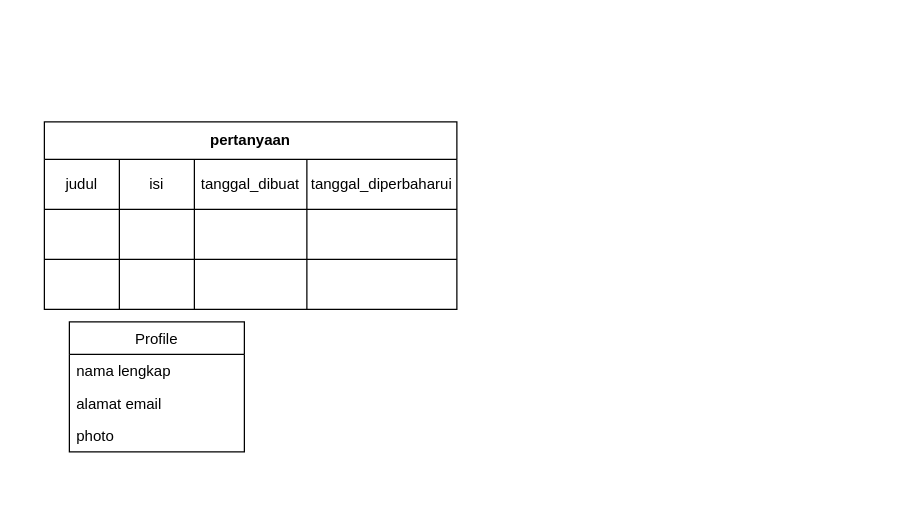
L200190071/berlatih-erd keeps this draw.io diagram as ERD.drawio. Above is the earlier version. Source tidied: cells renumbered, new cells numbered last; positions are measured from the earlier drawing's top-left corner, leaving out a move shared by most shapes. Both pictures are drawn from the tidied source at 125%, with x=0, y=0 at pixel (44, 121).
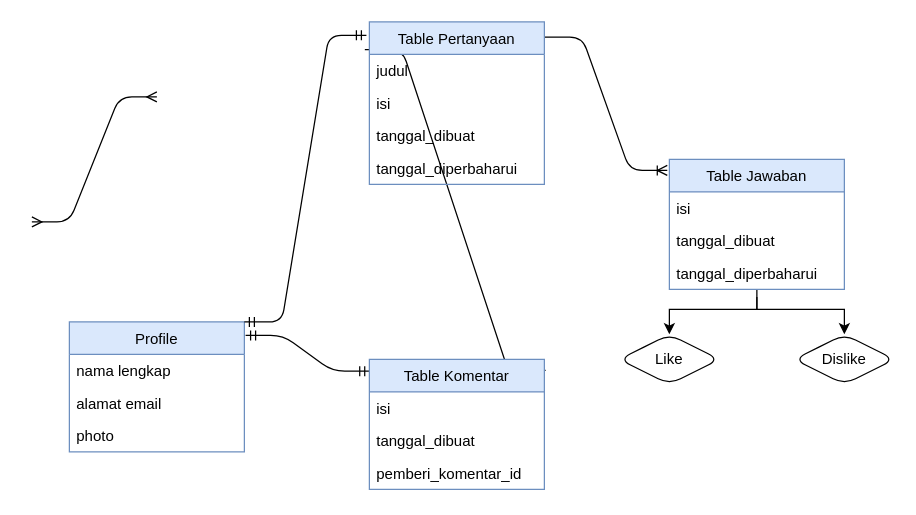
The same page after the edit.

Commit message (it also covers changes not shown here):
blom rapi

Change to the diagram source:
```diff
@@
+    <mxCell id="22" style="edgeStyle=entityRelationEdgeStyle;fontSize=12;html=1;endArrow=ERmandOne;startArrow=ERmandOne;exitX=1.007;exitY=0.085;exitDx=0;exitDy=0;exitPerimeter=0;entryX=-0.026;entryY=0.171;entryDx=0;entryDy=0;entryPerimeter=0;" parent="1" edge="1" source="39" target="30">
+      <mxGeometry relative="1" as="geometry" />
+    </mxCell>
+    <mxCell id="23" style="edgeStyle=entityRelationEdgeStyle;fontSize=12;html=1;endArrow=ERoneToMany;exitX=1.002;exitY=0.094;exitDx=0;exitDy=0;exitPerimeter=0;entryX=-0.012;entryY=0.085;entryDx=0;entryDy=0;entryPerimeter=0;" parent="1" edge="1" source="30" target="26">
+      <mxGeometry relative="1" as="geometry" />
+    </mxCell>
+    <mxCell id="24" style="edgeStyle=entityRelationEdgeStyle;fontSize=12;html=1;endArrow=ERmany;startArrow=ERmany;" parent="1" edge="1">
+      <mxGeometry relative="1" as="geometry">
+        <mxPoint x="-10" y="80" as="sourcePoint" />
+        <mxPoint x="90" y="-20" as="targetPoint" />
+      </mxGeometry>
+    </mxCell>
-    <mxCell id="2" value="Profile" style="swimlane;fontStyle=0;horizontal=1;startSize=26;fillColor=none;" parent="1" vertex="1">
+    <mxCell id="2" value="Profile" style="swimlane;fontStyle=0;horizontal=1;startSize=26;fillColor=#dae8fc;strokeColor=#6c8ebf;" parent="1" vertex="1">
       <mxGeometry x="20" y="160" width="140" height="104" as="geometry" />
     </mxCell>
@@
-    <mxCell id="6" value="pertanyaan" style="shape=table;html=1;whiteSpace=wrap;startSize=30;childLayout=tableLayout;fontStyle=1;align=center;" parent="1" vertex="1">
-      <mxGeometry width="330" height="150" as="geometry" />
-    </mxCell>
-    <mxCell id="7" style="shape=partialRectangle;html=1;whiteSpace=wrap;fillColor=none;top=0;left=0;bottom=0;right=0;" parent="6" vertex="1">
-      <mxGeometry y="30" width="330" height="40" as="geometry" />
-    </mxCell>
+    <mxCell id="25" style="edgeStyle=orthogonalEdgeStyle;rounded=0;jettySize=auto;html=1;" parent="1" edge="1" source="26" target="37">
+      <mxGeometry relative="1" as="geometry">
+        <Array as="points">
+          <mxPoint x="570" y="150" />
+          <mxPoint x="640" y="150" />
+        </Array>
+      </mxGeometry>
+    </mxCell>
+    <mxCell id="26" value="Table Jawaban" style="swimlane;fontStyle=0;horizontal=1;startSize=26;fillColor=#dae8fc;strokeColor=#6c8ebf;glass=0;swimlaneLine=1;shadow=0;sketch=0;" parent="1" vertex="1">
+      <mxGeometry x="500" y="30" width="140" height="104" as="geometry" />
+    </mxCell>
+    <mxCell id="27" value="isi" style="text;strokeColor=none;fillColor=none;align=left;verticalAlign=top;spacingLeft=4;spacingRight=4;overflow=hidden;" parent="26" vertex="1">
+      <mxGeometry y="26" width="140" height="26" as="geometry" />
+    </mxCell>
+    <mxCell id="28" value="tanggal_dibuat" style="text;strokeColor=none;fillColor=none;align=left;verticalAlign=top;spacingLeft=4;spacingRight=4;overflow=hidden;" parent="26" vertex="1">
+      <mxGeometry y="52" width="140" height="26" as="geometry" />
+    </mxCell>
+    <mxCell id="29" value="tanggal_diperbaharui" style="text;strokeColor=none;fillColor=none;align=left;verticalAlign=top;spacingLeft=4;spacingRight=4;overflow=hidden;" parent="26" vertex="1">
+      <mxGeometry y="78" width="140" height="26" as="geometry" />
+    </mxCell>
+    <mxCell id="30" value="Table Pertanyaan" style="swimlane;fontStyle=0;horizontal=1;startSize=26;fillColor=#dae8fc;strokeColor=#6c8ebf;glass=0;swimlaneLine=1;shadow=0;sketch=0;" parent="1" vertex="1">
+      <mxGeometry x="260" y="-80" width="140" height="130" as="geometry" />
+    </mxCell>
-    <mxCell id="8" value="judul" style="shape=partialRectangle;html=1;whiteSpace=wrap;fillColor=none;top=0;left=0;bottom=0;right=0;overflow=hidden;" parent="7" vertex="1">
-      <mxGeometry width="60" height="40" as="geometry" />
+    <mxCell id="8" value="judul" style="text;strokeColor=none;fillColor=none;align=left;verticalAlign=top;spacingLeft=4;spacingRight=4;overflow=hidden;" parent="30" vertex="1">
+      <mxGeometry y="26" width="140" height="26" as="geometry" />
     </mxCell>
-    <mxCell id="9" value="isi" style="shape=partialRectangle;html=1;whiteSpace=wrap;fillColor=none;top=0;left=0;bottom=0;right=0;overflow=hidden;" parent="7" vertex="1">
-      <mxGeometry x="60" width="60" height="40" as="geometry" />
-    </mxCell>
-    <mxCell id="10" value="tanggal_dibuat" style="shape=partialRectangle;html=1;whiteSpace=wrap;fillColor=none;top=0;left=0;bottom=0;right=0;overflow=hidden;" parent="7" vertex="1">
-      <mxGeometry x="120" width="90" height="40" as="geometry" />
-    </mxCell>
-    <mxCell id="11" value="tanggal_diperbaharui" style="shape=partialRectangle;html=1;whiteSpace=wrap;fillColor=none;top=0;left=0;bottom=0;right=0;overflow=hidden;" parent="7" vertex="1">
-      <mxGeometry x="210" width="120" height="40" as="geometry" />
-    </mxCell>
-    <mxCell id="12" style="shape=partialRectangle;html=1;whiteSpace=wrap;fillColor=none;top=0;left=0;bottom=0;right=0;" parent="6" vertex="1">
-      <mxGeometry y="70" width="330" height="40" as="geometry" />
-    </mxCell>
-    <mxCell id="13" style="shape=partialRectangle;html=1;whiteSpace=wrap;fillColor=none;top=0;left=0;bottom=0;right=0;overflow=hidden;" parent="12" vertex="1">
-      <mxGeometry width="60" height="40" as="geometry" />
-    </mxCell>
-    <mxCell id="14" style="shape=partialRectangle;html=1;whiteSpace=wrap;fillColor=none;top=0;left=0;bottom=0;right=0;overflow=hidden;" parent="12" vertex="1">
-      <mxGeometry x="60" width="60" height="40" as="geometry" />
-    </mxCell>
-    <mxCell id="15" style="shape=partialRectangle;html=1;whiteSpace=wrap;fillColor=none;top=0;left=0;bottom=0;right=0;overflow=hidden;" parent="12" vertex="1">
-      <mxGeometry x="120" width="90" height="40" as="geometry" />
-    </mxCell>
-    <mxCell id="16" style="shape=partialRectangle;html=1;whiteSpace=wrap;fillColor=none;top=0;left=0;bottom=0;right=0;overflow=hidden;" parent="12" vertex="1">
-      <mxGeometry x="210" width="120" height="40" as="geometry" />
-    </mxCell>
-    <mxCell id="17" style="shape=partialRectangle;html=1;whiteSpace=wrap;fillColor=none;top=0;left=0;bottom=0;right=0;" parent="6" vertex="1">
-      <mxGeometry y="110" width="330" height="40" as="geometry" />
-    </mxCell>
-    <mxCell id="18" style="shape=partialRectangle;html=1;whiteSpace=wrap;fillColor=none;top=0;left=0;bottom=0;right=0;overflow=hidden;" parent="17" vertex="1">
-      <mxGeometry width="60" height="40" as="geometry" />
-    </mxCell>
-    <mxCell id="19" style="shape=partialRectangle;html=1;whiteSpace=wrap;fillColor=none;top=0;left=0;bottom=0;right=0;overflow=hidden;" parent="17" vertex="1">
-      <mxGeometry x="60" width="60" height="40" as="geometry" />
-    </mxCell>
-    <mxCell id="20" style="shape=partialRectangle;html=1;whiteSpace=wrap;fillColor=none;top=0;left=0;bottom=0;right=0;overflow=hidden;" parent="17" vertex="1">
-      <mxGeometry x="120" width="90" height="40" as="geometry" />
-    </mxCell>
-    <mxCell id="21" style="shape=partialRectangle;html=1;whiteSpace=wrap;fillColor=none;top=0;left=0;bottom=0;right=0;overflow=hidden;" parent="17" vertex="1">
-      <mxGeometry x="210" width="120" height="40" as="geometry" />
-    </mxCell>
+    <mxCell id="31" value="isi" style="text;strokeColor=none;fillColor=none;align=left;verticalAlign=top;spacingLeft=4;spacingRight=4;overflow=hidden;" parent="30" vertex="1">
+      <mxGeometry y="52" width="140" height="26" as="geometry" />
+    </mxCell>
+    <mxCell id="32" value="tanggal_dibuat" style="text;strokeColor=none;fillColor=none;align=left;verticalAlign=top;spacingLeft=4;spacingRight=4;overflow=hidden;" parent="30" vertex="1">
+      <mxGeometry y="78" width="140" height="26" as="geometry" />
+    </mxCell>
+    <mxCell id="33" value="tanggal_diperbaharui" style="text;strokeColor=none;fillColor=none;align=left;verticalAlign=top;spacingLeft=4;spacingRight=4;overflow=hidden;" parent="30" vertex="1">
+      <mxGeometry y="104" width="140" height="26" as="geometry" />
+    </mxCell>
+    <mxCell id="34" style="edgeStyle=entityRelationEdgeStyle;fontSize=12;html=1;endArrow=ERmandOne;startArrow=ERmandOne;exitX=1;exitY=0;exitDx=0;exitDy=0;entryX=-0.017;entryY=0.083;entryDx=0;entryDy=0;entryPerimeter=0;" parent="1" edge="1" source="2" target="30">
+      <mxGeometry relative="1" as="geometry" />
+    </mxCell>
+    <mxCell id="35" style="edgeStyle=entityRelationEdgeStyle;fontSize=12;html=1;endArrow=ERmandOne;startArrow=ERmandOne;exitX=1.007;exitY=0.104;exitDx=0;exitDy=0;exitPerimeter=0;entryX=0.002;entryY=0.091;entryDx=0;entryDy=0;entryPerimeter=0;" parent="1" edge="1" source="2" target="39">
+      <mxGeometry relative="1" as="geometry" />
+    </mxCell>
+    <mxCell id="36" value="Like" style="shape=rhombus;perimeter=rhombusPerimeter;whiteSpace=wrap;html=1;align=center;rounded=1;shadow=0;glass=0;sketch=0;" parent="1" vertex="1">
+      <mxGeometry x="460" y="170" width="80" height="40" as="geometry" />
+    </mxCell>
+    <mxCell id="37" value="Dislike" style="shape=rhombus;perimeter=rhombusPerimeter;whiteSpace=wrap;html=1;align=center;rounded=1;shadow=0;glass=0;sketch=0;" parent="1" vertex="1">
+      <mxGeometry x="600" y="170" width="80" height="40" as="geometry" />
+    </mxCell>
+    <mxCell id="38" style="edgeStyle=orthogonalEdgeStyle;rounded=0;jettySize=auto;html=1;entryX=0.5;entryY=0;entryDx=0;entryDy=0;" parent="1" edge="1" target="36">
+      <mxGeometry relative="1" as="geometry">
+        <mxPoint x="570" y="140" as="sourcePoint" />
+        <Array as="points">
+          <mxPoint x="570" y="150" />
+          <mxPoint x="500" y="150" />
+        </Array>
+      </mxGeometry>
+    </mxCell>
+    <mxCell id="39" value="Table Komentar" style="swimlane;fontStyle=0;horizontal=1;startSize=26;fillColor=#dae8fc;strokeColor=#6c8ebf;glass=0;swimlaneLine=1;shadow=0;sketch=0;" parent="1" vertex="1">
+      <mxGeometry x="260" y="190" width="140" height="104" as="geometry" />
+    </mxCell>
+    <mxCell id="40" value="isi" style="text;strokeColor=none;fillColor=none;align=left;verticalAlign=top;spacingLeft=4;spacingRight=4;overflow=hidden;" parent="39" vertex="1">
+      <mxGeometry y="26" width="140" height="26" as="geometry" />
+    </mxCell>
+    <mxCell id="41" value="tanggal_dibuat" style="text;strokeColor=none;fillColor=none;align=left;verticalAlign=top;spacingLeft=4;spacingRight=4;overflow=hidden;" parent="39" vertex="1">
+      <mxGeometry y="52" width="140" height="26" as="geometry" />
+    </mxCell>
+    <mxCell id="42" value="pemberi_komentar_id" style="text;strokeColor=none;fillColor=none;align=left;verticalAlign=top;spacingLeft=4;spacingRight=4;overflow=hidden;" parent="39" vertex="1">
+      <mxGeometry y="78" width="140" height="26" as="geometry" />
+    </mxCell>
```
